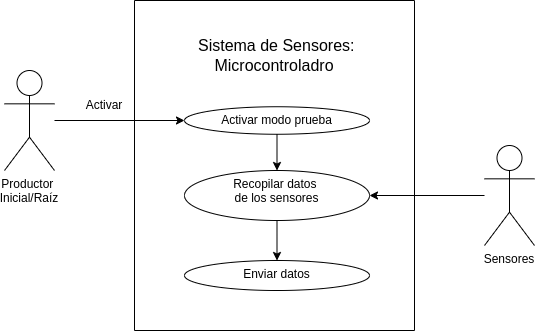
Above: UML/Modulo1/RF1.drawio.png in miicxitl-kin/Proyecto-Terminal-1-y-2 (draw.io), before the change. Source tidied: cells renumbered, new cells last; positions are measured from the earlier drawing's top-left corner, leaving out a move shared by most shapes.
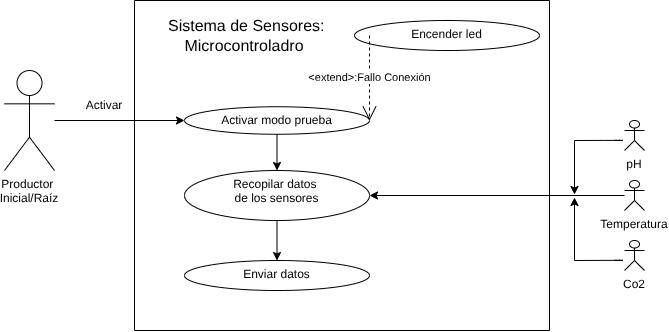
After the commit.

The edit, as a diff of the source:
```diff
@@ -9,7 +9,7 @@
       <mxGeometry y="70" width="50" height="100" as="geometry" />
     </mxCell>
     <mxCell id="4" style="swimlane;startSize=0;fontColor=#1A1A1A;labelBackgroundColor=none;labelBorderColor=none;" parent="1" vertex="1">
-      <mxGeometry x="130" width="280" height="330" as="geometry" />
+      <mxGeometry x="130" width="415" height="330" as="geometry" />
     </mxCell>
     <mxCell id="5" style="edgeStyle=none;html=1;" parent="4" edge="1" source="6" target="8">
       <mxGeometry relative="1" as="geometry" />
@@ -27,16 +27,63 @@
       <mxGeometry x="50" y="260" width="185" height="30" as="geometry" />
     </mxCell>
     <mxCell id="10" value="&lt;font style=&quot;scrollbar-color: rgb(226, 226, 226) rgb(251, 251, 251); color: rgb(0, 0, 0); font-size: 16px;&quot;&gt;&amp;nbsp;Sistema de Sensores:&lt;/font&gt;&lt;div style=&quot;color: rgb(63, 63, 63); scrollbar-color: rgb(226, 226, 226) rgb(251, 251, 251);&quot;&gt;&lt;font style=&quot;scrollbar-color: rgb(226, 226, 226) rgb(251, 251, 251); color: rgb(0, 0, 0); font-size: 16px;&quot;&gt;Microcontroladro&lt;/font&gt;&lt;/div&gt;" style="text;html=1;align=center;verticalAlign=middle;whiteSpace=wrap;rounded=0;" parent="4" vertex="1">
-      <mxGeometry x="50" y="40" width="180" height="30" as="geometry" />
+      <mxGeometry x="20" y="20" width="180" height="30" as="geometry" />
     </mxCell>
+    <mxCell id="14" value="Encender led" style="ellipse;whiteSpace=wrap;html=1;verticalAlign=top;fillColor=none;labelBorderColor=none;labelBackgroundColor=none;" parent="4" vertex="1">
+      <mxGeometry x="220" y="20" width="185" height="30" as="geometry" />
+    </mxCell>
     <mxCell id="11" value="Activar" style="text;html=1;align=center;verticalAlign=middle;whiteSpace=wrap;rounded=0;" parent="1" vertex="1">
       <mxGeometry x="70" y="90" width="60" height="30" as="geometry" />
     </mxCell>
-    <mxCell id="12" style="edgeStyle=none;html=1;entryX=1;entryY=0.5;entryDx=0;entryDy=0;" parent="1" edge="1" source="13" target="8">
-      <mxGeometry relative="1" as="geometry" />
-    </mxCell>
-    <mxCell id="13" value="Sensores" style="shape=umlActor;verticalLabelPosition=bottom;verticalAlign=top;outlineConnect=0;fillColor=none;align=center;labelBorderColor=none;labelBackgroundColor=none;labelPosition=center;textShadow=0;fontColor=default;" parent="1" vertex="1">
-      <mxGeometry x="480" y="145" width="50" height="100" as="geometry" />
-    </mxCell>
+    <mxCell id="15" value="&amp;lt;extend&amp;gt;:Fallo Conexión" style="endArrow=open;endSize=12;dashed=1;html=1;entryX=1;entryY=0.5;entryDx=0;entryDy=0;exitX=0;exitY=0.5;exitDx=0;exitDy=0;" parent="1" edge="1">
+      <mxGeometry relative="1" as="geometry">
+        <mxPoint x="365" y="35" as="sourcePoint" />
+        <mxPoint x="365" y="120" as="targetPoint" />
+      </mxGeometry>
+    </mxCell>
+    <mxCell id="16" style="edgeStyle=none;html=1;entryX=1;entryY=0.5;entryDx=0;entryDy=0;" parent="1" edge="1" source="17" target="8">
+      <mxGeometry relative="1" as="geometry" />
+    </mxCell>
+    <mxCell id="17" value="Temperatura" style="shape=umlActor;verticalLabelPosition=bottom;verticalAlign=top;outlineConnect=0;fillColor=none;align=center;labelBorderColor=none;labelBackgroundColor=none;labelPosition=center;textShadow=0;fontColor=default;" parent="1" vertex="1">
+      <mxGeometry x="620" y="180" width="20" height="30" as="geometry" />
+    </mxCell>
+    <mxCell id="18" value="Co2" style="shape=umlActor;verticalLabelPosition=bottom;verticalAlign=top;fillColor=none;align=center;labelBorderColor=none;labelBackgroundColor=none;labelPosition=center;textShadow=0;fontColor=default;" parent="1" vertex="1">
+      <mxGeometry x="620" y="240" width="20" height="30" as="geometry" />
+    </mxCell>
+    <mxCell id="19" value="pH" style="shape=umlActor;verticalLabelPosition=bottom;verticalAlign=top;fillColor=none;align=center;labelBorderColor=none;labelBackgroundColor=none;labelPosition=center;textShadow=0;fontColor=default;" parent="1" vertex="1">
+      <mxGeometry x="620" y="120" width="20" height="30" as="geometry" />
+    </mxCell>
+    <mxCell id="20" style="endArrow=none;html=1;" parent="1" edge="1">
+      <mxGeometry relative="1" as="geometry">
+        <mxPoint x="570" y="140" as="sourcePoint" />
+        <mxPoint x="610" y="139.9" as="targetPoint" />
+        <Array as="points">
+          <mxPoint x="610" y="139.9" />
+          <mxPoint x="620" y="139.9" />
+        </Array>
+      </mxGeometry>
+    </mxCell>
+    <mxCell id="21" style="endArrow=none;html=1;" parent="1" edge="1">
+      <mxGeometry relative="1" as="geometry">
+        <mxPoint x="570" y="260" as="sourcePoint" />
+        <mxPoint x="610" y="259.8" as="targetPoint" />
+        <Array as="points">
+          <mxPoint x="610" y="259.8" />
+          <mxPoint x="620" y="259.8" />
+        </Array>
+      </mxGeometry>
+    </mxCell>
+    <mxCell id="22" style="endArrow=classic;html=1;" parent="1" edge="1">
+      <mxGeometry relative="1" as="geometry">
+        <mxPoint x="570" y="140" as="sourcePoint" />
+        <mxPoint x="570" y="194" as="targetPoint" />
+      </mxGeometry>
+    </mxCell>
+    <mxCell id="23" style="endArrow=classic;html=1;" parent="1" edge="1">
+      <mxGeometry relative="1" as="geometry">
+        <mxPoint x="570" y="260" as="sourcePoint" />
+        <mxPoint x="570" y="197" as="targetPoint" />
+      </mxGeometry>
+    </mxCell>
   </root>
 </mxGraphModel>
```
